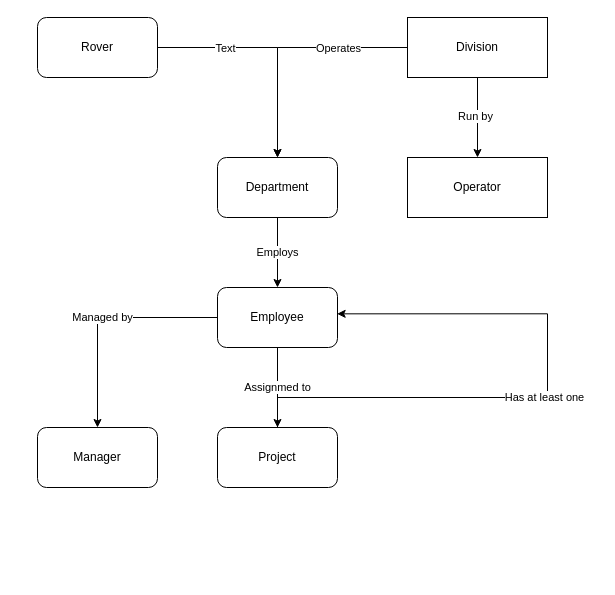
Before: Untitled Diagram.drawio in Ury479/se953212, a draw.io diagram. Source tidied: cells renumbered, new cells numbered last; positions are measured from the earlier drawing's top-left corner, leaving out a move shared by most shapes. Both pictures are drawn from the tidied source at 100%, with x=0, y=0 at pixel (37, 17).
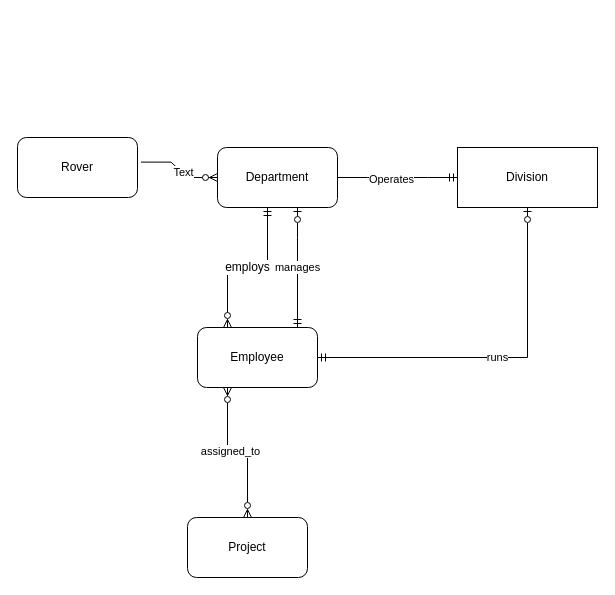
The same page after the edit.

Change to the diagram source:
```diff
@@
+    <mxCell id="4" value="Rover" style="rounded=1;whiteSpace=wrap;html=1;" parent="1" vertex="1">
+      <mxGeometry x="-20" y="120" width="120" height="60" as="geometry" />
+    </mxCell>
+    <mxCell id="6" value="Department" style="whiteSpace=wrap;html=1;rounded=1;" parent="1" vertex="1">
+      <mxGeometry x="180" y="130" width="120" height="60" as="geometry" />
+    </mxCell>
+    <mxCell id="19" value="manages" style="edgeStyle=orthogonalEdgeStyle;rounded=0;jettySize=auto;html=1;startArrow=ERmandOne;startFill=0;endArrow=ERzeroToOne;endFill=0;" parent="1" edge="1" source="9" target="6">
+      <mxGeometry relative="1" as="geometry">
+        <Array as="points">
+          <mxPoint x="260" y="220" />
+          <mxPoint x="260" y="220" />
+        </Array>
+      </mxGeometry>
+    </mxCell>
+    <mxCell id="20" value="runs" style="edgeStyle=orthogonalEdgeStyle;rounded=0;jettySize=auto;html=1;startArrow=ERmandOne;startFill=0;endArrow=ERzeroToOne;endFill=0;" parent="1" edge="1" source="9" target="15">
+      <mxGeometry relative="1" as="geometry" />
+    </mxCell>
+    <mxCell id="9" value="Employee" style="whiteSpace=wrap;html=1;rounded=1;" parent="1" vertex="1">
+      <mxGeometry x="160" y="310" width="120" height="60" as="geometry" />
+    </mxCell>
+    <mxCell id="15" value="Division" style="rounded=0;whiteSpace=wrap;html=1;" parent="1" vertex="1">
+      <mxGeometry x="420" y="130" width="140" height="60" as="geometry" />
+    </mxCell>
+    <mxCell id="18" style="edgeStyle=orthogonalEdgeStyle;rounded=0;jettySize=auto;html=1;entryX=0.25;entryY=1;entryDx=0;entryDy=0;endArrow=ERzeroToMany;endFill=0;startArrow=ERzeroToMany;startFill=0;" parent="1" edge="1" source="17" target="9">
+      <mxGeometry relative="1" as="geometry" />
+    </mxCell>
+    <mxCell id="21" value="assigned_to" style="edgeLabel;html=1;align=center;verticalAlign=middle;" parent="18" vertex="1">
+      <mxGeometry x="0.11" y="-2" relative="1" as="geometry" />
+    </mxCell>
+    <mxCell id="17" value="Project" style="whiteSpace=wrap;html=1;rounded=1;" parent="1" vertex="1">
+      <mxGeometry x="150" y="500" width="120" height="60" as="geometry" />
+    </mxCell>
-    <mxCell id="2" style="edgeStyle=orthogonalEdgeStyle;rounded=0;jettySize=auto;html=1;" parent="1" edge="1" source="4" target="6">
-      <mxGeometry relative="1" as="geometry" />
+    <mxCell id="2" style="edgeStyle=entityRelationEdgeStyle;fontSize=12;html=1;endArrow=ERzeroToMany;endFill=1;rounded=0;entryX=0;entryY=0.5;entryDx=0;entryDy=0;exitX=1.029;exitY=0.41;exitDx=0;exitDy=0;exitPerimeter=0;" parent="1" edge="1" source="4" target="6">
+      <mxGeometry relative="1" as="geometry">
+        <Array as="points">
+          <mxPoint x="220" y="-10" />
+          <mxPoint x="270" y="-80" />
+          <mxPoint x="340" y="90" />
+          <mxPoint x="180" y="60" />
+          <mxPoint x="250" y="40" />
+          <mxPoint x="240" y="30" />
+          <mxPoint x="210" y="30" />
+          <mxPoint x="220" y="30" />
+          <mxPoint x="220" y="30" />
+          <mxPoint x="240" y="30" />
+          <mxPoint x="240" y="30" />
+        </Array>
+      </mxGeometry>
     </mxCell>
     <mxCell id="3" value="Text" style="edgeLabel;html=1;align=center;verticalAlign=middle;" parent="2" vertex="1">
-      <mxGeometry x="-0.42" relative="1" as="geometry" />
+      <mxGeometry x="0.12" y="1" relative="1" as="geometry" />
     </mxCell>
-    <mxCell id="4" value="Rover" style="rounded=1;whiteSpace=wrap;html=1;" parent="1" vertex="1">
-      <mxGeometry width="120" height="60" as="geometry" />
-    </mxCell>
-    <mxCell id="5" value="Employs" style="edgeStyle=orthogonalEdgeStyle;rounded=0;jettySize=auto;html=1;" parent="1" edge="1" source="6" target="9">
-      <mxGeometry relative="1" as="geometry" />
-    </mxCell>
-    <mxCell id="6" value="Department" style="whiteSpace=wrap;html=1;rounded=1;" parent="1" vertex="1">
-      <mxGeometry x="180" y="140" width="120" height="60" as="geometry" />
-    </mxCell>
-    <mxCell id="7" value="Managed by" style="edgeStyle=orthogonalEdgeStyle;rounded=0;jettySize=auto;html=1;" parent="1" edge="1" source="9" target="10">
-      <mxGeometry relative="1" as="geometry" />
-    </mxCell>
-    <mxCell id="8" value="Assignmed to" style="edgeStyle=orthogonalEdgeStyle;rounded=0;jettySize=auto;html=1;" parent="1" edge="1" source="9" target="17">
-      <mxGeometry relative="1" as="geometry" />
-    </mxCell>
-    <mxCell id="9" value="Employee" style="whiteSpace=wrap;html=1;rounded=1;" parent="1" vertex="1">
-      <mxGeometry x="180" y="270" width="120" height="60" as="geometry" />
-    </mxCell>
-    <mxCell id="10" value="Manager" style="whiteSpace=wrap;html=1;rounded=1;" parent="1" vertex="1">
-      <mxGeometry y="410" width="120" height="60" as="geometry" />
-    </mxCell>
-    <mxCell id="11" style="edgeStyle=orthogonalEdgeStyle;rounded=0;jettySize=auto;html=1;entryX=0.5;entryY=0;entryDx=0;entryDy=0;" parent="1" edge="1" source="15" target="6">
-      <mxGeometry relative="1" as="geometry" />
+    <mxCell id="11" style="edgeStyle=entityRelationEdgeStyle;fontSize=12;html=1;endArrow=none;endFill=0;rounded=0;exitX=0;exitY=0.5;exitDx=0;exitDy=0;startArrow=ERmandOne;startFill=0;" parent="1" edge="1" source="15" target="6">
+      <mxGeometry relative="1" as="geometry">
+        <Array as="points">
+          <mxPoint x="230" />
+          <mxPoint x="280" y="-70" />
+          <mxPoint x="350" y="100" />
+          <mxPoint x="190" y="70" />
+          <mxPoint x="300" y="170" />
+          <mxPoint x="260" y="50" />
+          <mxPoint x="250" y="40" />
+          <mxPoint x="220" y="40" />
+          <mxPoint x="230" y="40" />
+          <mxPoint x="230" y="40" />
+          <mxPoint x="250" y="40" />
+          <mxPoint x="250" y="40" />
+        </Array>
+      </mxGeometry>
     </mxCell>
     <mxCell id="12" value="Operates" style="edgeLabel;html=1;align=center;verticalAlign=middle;" parent="11" vertex="1">
-      <mxGeometry x="-0.42" relative="1" as="geometry" />
+      <mxGeometry x="0.12" y="1" relative="1" as="geometry" />
     </mxCell>
-    <mxCell id="13" style="edgeStyle=orthogonalEdgeStyle;rounded=0;jettySize=auto;html=1;" parent="1" edge="1" source="15" target="16">
-      <mxGeometry relative="1" as="geometry" />
-    </mxCell>
-    <mxCell id="14" value="Run by" style="edgeLabel;html=1;align=center;verticalAlign=middle;" parent="13" vertex="1">
-      <mxGeometry x="-0.06" y="-3" relative="1" as="geometry" />
-    </mxCell>
-    <mxCell id="15" value="Division" style="rounded=0;whiteSpace=wrap;html=1;" parent="1" vertex="1">
-      <mxGeometry x="370" width="140" height="60" as="geometry" />
-    </mxCell>
-    <mxCell id="16" value="Operator" style="rounded=0;whiteSpace=wrap;html=1;" parent="1" vertex="1">
-      <mxGeometry x="370" y="140" width="140" height="60" as="geometry" />
-    </mxCell>
-    <mxCell id="17" value="Project" style="whiteSpace=wrap;html=1;rounded=1;" parent="1" vertex="1">
-      <mxGeometry x="180" y="410" width="120" height="60" as="geometry" />
-    </mxCell>
-    <mxCell id="18" value="Has at least one" style="edgeStyle=orthogonalEdgeStyle;rounded=0;jettySize=auto;html=1;entryX=0.997;entryY=0.439;entryDx=0;entryDy=0;entryPerimeter=0;" parent="1" edge="1" source="17" target="9">
-      <mxGeometry relative="1" as="geometry">
-        <Array as="points">
-          <mxPoint x="240" y="380" />
-          <mxPoint x="510" y="380" />
-          <mxPoint x="510" y="296" />
-        </Array>
-      </mxGeometry>
-    </mxCell>
+    <mxCell id="22" value="employs" style="fontSize=12;html=1;endArrow=ERzeroToMany;endFill=0;rounded=0;exitX=0.5;exitY=1;exitDx=0;exitDy=0;shadow=0;flowAnimation=0;startArrow=ERmandOne;startFill=0;entryX=0.25;entryY=0;entryDx=0;entryDy=0;edgeStyle=orthogonalEdgeStyle;" parent="1" edge="1" target="9">
+      <mxGeometry relative="1" as="geometry">
+        <mxPoint x="230" y="190" as="sourcePoint" />
+        <Array as="points">
+          <mxPoint x="230" y="250" />
+          <mxPoint x="190" y="250" />
+        </Array>
+      </mxGeometry>
+    </mxCell>
```
